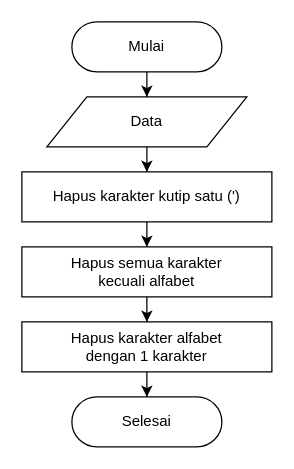
Above: page "Cleaning" (3 of 10) of Untitled Diagram.drawio in mksyfla/analysis-sentiment-using-svm (draw.io), before the change. Source tidied: cells renumbered, new cells numbered last; positions are measured from the earlier drawing's top-left corner, leaving out a move shared by most shapes. Both pictures are drawn from the tidied source at 125%, with x=0, y=0 at pixel (21, 21).
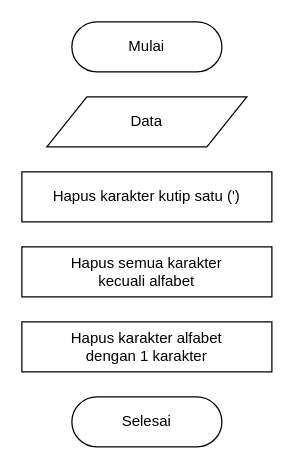
The same page after the edit.

The edit, as a diff of the source:
```diff
@@
 <mxGraphModel>
   <root>
     <mxCell id="0" />
     <mxCell id="1" parent="0" />
-    <mxCell id="2" style="edgeStyle=orthogonalEdgeStyle;rounded=0;jettySize=auto;html=1;" parent="1" edge="1" source="3" target="8">
-      <mxGeometry relative="1" as="geometry" />
-    </mxCell>
     <mxCell id="3" value="Mulai" style="html=1;dashed=0;whiteSpace=wrap;shape=mxgraph.dfd.start;" parent="1" vertex="1">
       <mxGeometry x="40" width="120" height="40" as="geometry" />
     </mxCell>
     <mxCell id="4" value="Selesai" style="html=1;dashed=0;whiteSpace=wrap;shape=mxgraph.dfd.start;" parent="1" vertex="1">
       <mxGeometry x="40" y="300" width="120" height="40" as="geometry" />
     </mxCell>
-    <mxCell id="5" style="edgeStyle=orthogonalEdgeStyle;rounded=0;jettySize=auto;html=1;" parent="1" edge="1" source="6" target="10">
-      <mxGeometry relative="1" as="geometry" />
-    </mxCell>
     <mxCell id="6" value="Hapus karakter kutip satu (')" style="html=1;dashed=0;whiteSpace=wrap;" parent="1" vertex="1">
       <mxGeometry y="120" width="200" height="40" as="geometry" />
     </mxCell>
-    <mxCell id="7" style="edgeStyle=orthogonalEdgeStyle;rounded=0;jettySize=auto;html=1;" parent="1" edge="1" source="8" target="6">
-      <mxGeometry relative="1" as="geometry" />
-    </mxCell>
     <mxCell id="8" value="Data" style="shape=parallelogram;perimeter=parallelogramPerimeter;whiteSpace=wrap;html=1;dashed=0;" parent="1" vertex="1">
       <mxGeometry x="20" y="60" width="160" height="40" as="geometry" />
     </mxCell>
-    <mxCell id="9" style="edgeStyle=orthogonalEdgeStyle;rounded=0;jettySize=auto;html=1;" parent="1" edge="1" source="10" target="12">
-      <mxGeometry relative="1" as="geometry" />
-    </mxCell>
     <mxCell id="10" value="&lt;div&gt;Hapus semua karakter&lt;/div&gt;&lt;div&gt;kecuali alfabet&lt;/div&gt;" style="html=1;dashed=0;whiteSpace=wrap;" parent="1" vertex="1">
       <mxGeometry y="180" width="200" height="40" as="geometry" />
     </mxCell>
-    <mxCell id="11" style="edgeStyle=orthogonalEdgeStyle;rounded=0;jettySize=auto;html=1;" parent="1" edge="1" source="12" target="4">
-      <mxGeometry relative="1" as="geometry" />
-    </mxCell>
     <mxCell id="12" value="&lt;div&gt;Hapus karakter alfabet&lt;/div&gt;&lt;div&gt;dengan 1 karakter&lt;/div&gt;" style="html=1;dashed=0;whiteSpace=wrap;" parent="1" vertex="1">
       <mxGeometry y="240" width="200" height="40" as="geometry" />
     </mxCell>
   </root>
 </mxGraphModel>
```
